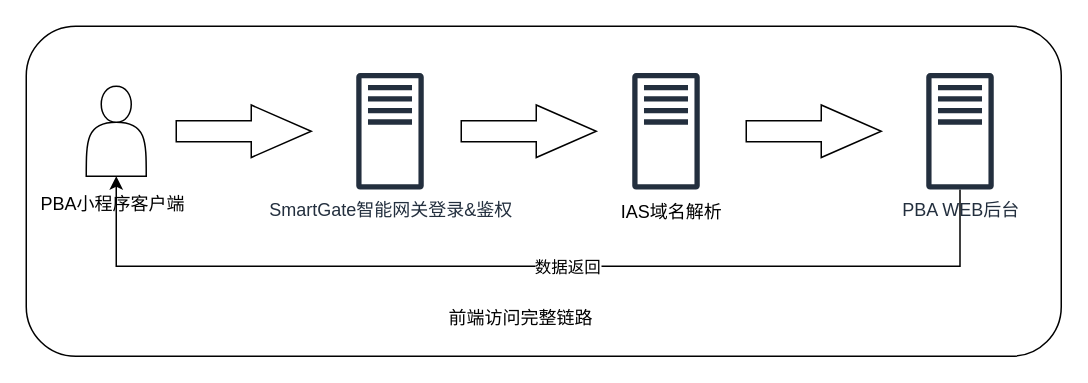
lshunran/drawIO keeps this draw.io diagram as pba.drawio. Above is the earlier version. Source tidied: cells renumbered, new cells numbered last; positions are measured from the earlier drawing's top-left corner, leaving out a move shared by most shapes. Both pictures are drawn from the tidied source at 150%, with x=0, y=0 at pixel (26, 26).
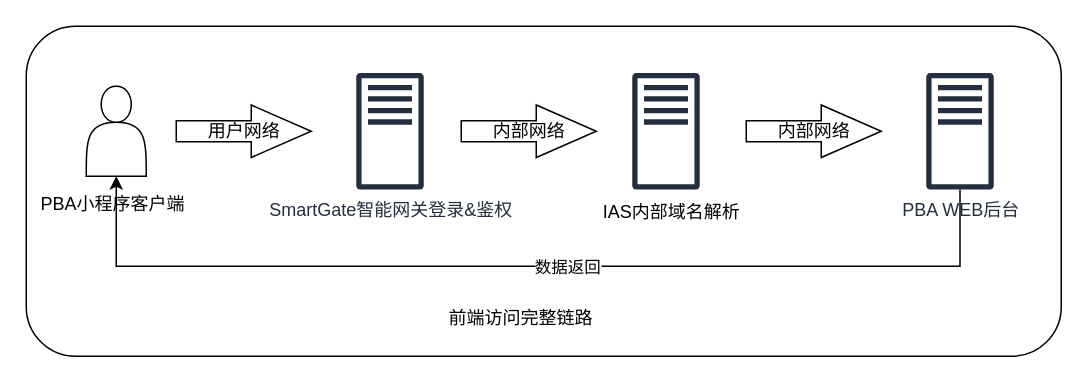
The same diagram, later.

Change to the diagram source:
```diff
@@
 <mxGraphModel>
   <root>
     <mxCell id="0" />
     <mxCell id="1" parent="0" />
     <mxCell id="2" style="rounded=1;whiteSpace=wrap;html=1;" parent="1" vertex="1">
       <mxGeometry width="690" height="220" as="geometry" />
     </mxCell>
-    <mxCell id="3" style="html=1;shadow=0;dashed=0;align=center;verticalAlign=middle;shape=mxgraph.arrows2.arrow;dy=0.6;dx=40;notch=0;" parent="1" vertex="1">
+    <mxCell id="3" value="用户网络" style="html=1;shadow=0;dashed=0;align=center;verticalAlign=middle;shape=mxgraph.arrows2.arrow;dy=0.6;dx=40;notch=0;" parent="1" vertex="1">
       <mxGeometry x="100" y="52.5" width="90" height="35" as="geometry" />
     </mxCell>
     <mxCell id="4" style="shape=actor;whiteSpace=wrap;html=1;" parent="1" vertex="1">
       <mxGeometry x="40" y="40" width="40" height="60" as="geometry" />
     </mxCell>
     <mxCell id="5" style="fontColor=#232F3E;gradientColor=none;fillColor=#232F3E;strokeColor=none;dashed=0;verticalLabelPosition=bottom;verticalAlign=top;align=center;html=1;fontSize=12;fontStyle=0;shape=mxgraph.aws4.traditional_server;" parent="1" vertex="1">
       <mxGeometry x="404" y="31" width="45" height="78" as="geometry" />
     </mxCell>
-    <mxCell id="6" value="IAS域名解析" style="text;html=1;align=center;verticalAlign=middle;strokeColor=none;" parent="1" vertex="1">
-      <mxGeometry x="390" y="114" width="80" height="20" as="geometry" />
+    <mxCell id="6" value="IAS内部域名解析" style="text;html=1;align=center;verticalAlign=middle;strokeColor=none;" parent="1" vertex="1">
+      <mxGeometry x="375" y="114" width="110" height="20" as="geometry" />
     </mxCell>
     <mxCell id="7" value="SmartGate智能网关登录&amp;amp;鉴权" style="fontColor=#232F3E;gradientColor=none;fillColor=#232F3E;strokeColor=none;dashed=0;verticalLabelPosition=bottom;verticalAlign=top;align=center;html=1;fontSize=12;fontStyle=0;shape=mxgraph.aws4.traditional_server;" parent="1" vertex="1">
       <mxGeometry x="220" y="31" width="45" height="78" as="geometry" />
     </mxCell>
-    <mxCell id="8" style="html=1;shadow=0;dashed=0;align=center;verticalAlign=middle;shape=mxgraph.arrows2.arrow;dy=0.6;dx=40;notch=0;" parent="1" vertex="1">
+    <mxCell id="8" value="内部网络" style="html=1;shadow=0;dashed=0;align=center;verticalAlign=middle;shape=mxgraph.arrows2.arrow;dy=0.6;dx=40;notch=0;" parent="1" vertex="1">
       <mxGeometry x="290" y="52.5" width="90" height="35" as="geometry" />
     </mxCell>
-    <mxCell id="9" style="html=1;shadow=0;dashed=0;align=center;verticalAlign=middle;shape=mxgraph.arrows2.arrow;dy=0.6;dx=40;notch=0;" parent="1" vertex="1">
+    <mxCell id="9" value="内部网络" style="html=1;shadow=0;dashed=0;align=center;verticalAlign=middle;shape=mxgraph.arrows2.arrow;dy=0.6;dx=40;notch=0;" parent="1" vertex="1">
       <mxGeometry x="480" y="52.5" width="90" height="35" as="geometry" />
     </mxCell>
     <mxCell id="10" style="edgeStyle=orthogonalEdgeStyle;rounded=0;jettySize=auto;html=1;entryX=0.5;entryY=1;entryDx=0;entryDy=0;" parent="1" edge="1" source="12" target="4">
       <mxGeometry relative="1" as="geometry">
         <Array as="points">
           <mxPoint x="623" y="160" />
           <mxPoint x="60" y="160" />
         </Array>
       </mxGeometry>
     </mxCell>
     <mxCell id="11" value="数据返回" style="edgeLabel;html=1;align=center;verticalAlign=middle;" parent="10" vertex="1">
       <mxGeometry x="-0.07" relative="1" as="geometry" />
     </mxCell>
     <mxCell id="12" value="PBA WEB后台" style="outlineConnect=0;fontColor=#232F3E;gradientColor=none;fillColor=#232F3E;strokeColor=none;dashed=0;verticalLabelPosition=bottom;verticalAlign=top;align=center;html=1;fontSize=12;fontStyle=0;shape=mxgraph.aws4.traditional_server;" parent="1" vertex="1">
       <mxGeometry x="600" y="31" width="45" height="78" as="geometry" />
     </mxCell>
     <mxCell id="13" value="PBA小程序客户端" style="text;html=1;strokeColor=none;fillColor=none;align=center;verticalAlign=middle;whiteSpace=wrap;rounded=0;" parent="1" vertex="1">
       <mxGeometry y="114" width="116" height="10" as="geometry" />
     </mxCell>
     <mxCell id="14" value="前端访问完整链路" style="text;html=1;strokeColor=none;fillColor=none;align=center;verticalAlign=middle;whiteSpace=wrap;rounded=0;" parent="1" vertex="1">
       <mxGeometry x="270" y="180" width="120" height="30" as="geometry" />
     </mxCell>
   </root>
 </mxGraphModel>
```
